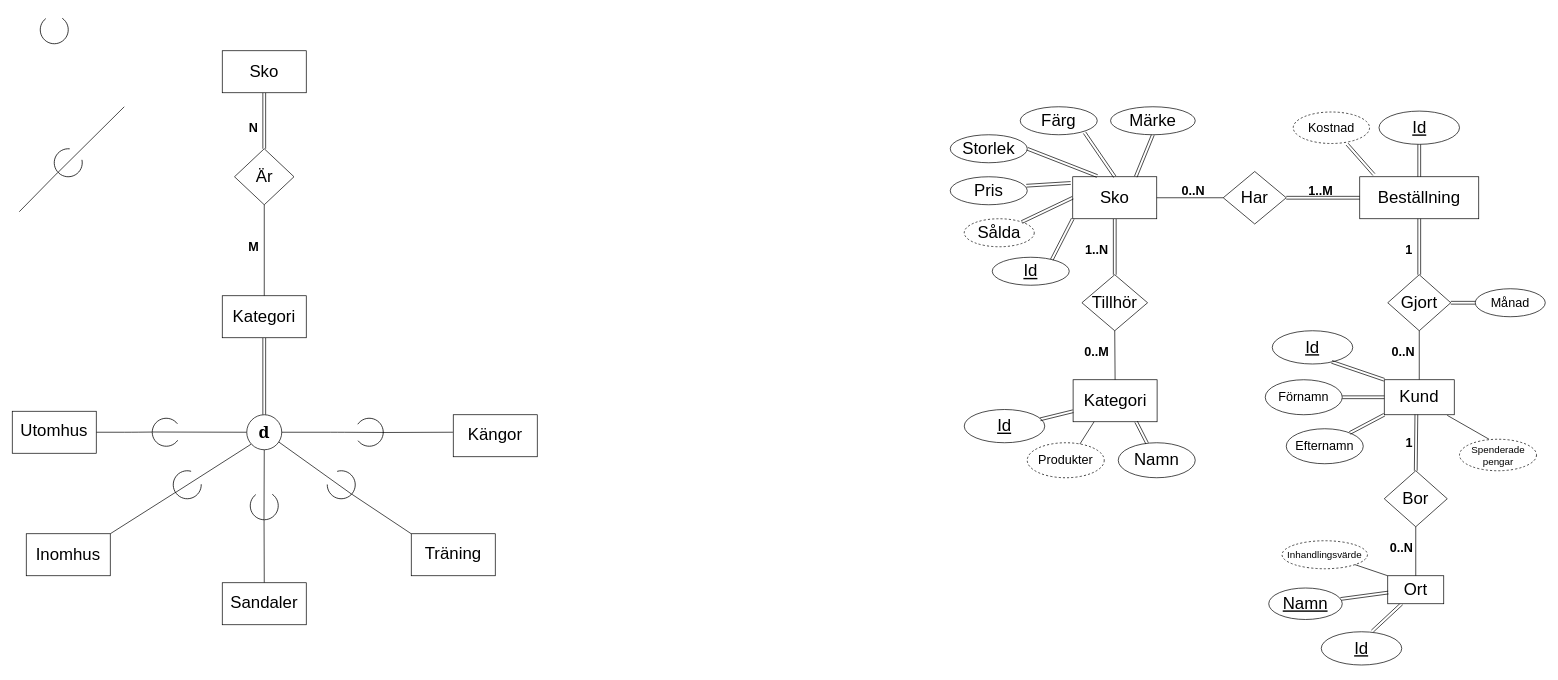
Before: Untitled Diagram.drawio in Sondaicus/Databasteknik-uppgift-1, a draw.io diagram. Source tidied: cells renumbered, new cells numbered last; positions are measured from the earlier drawing's top-left corner, leaving out a move shared by most shapes. Both pictures are drawn from the tidied source at 70%, with x=0, y=0 at pixel (12, 15).
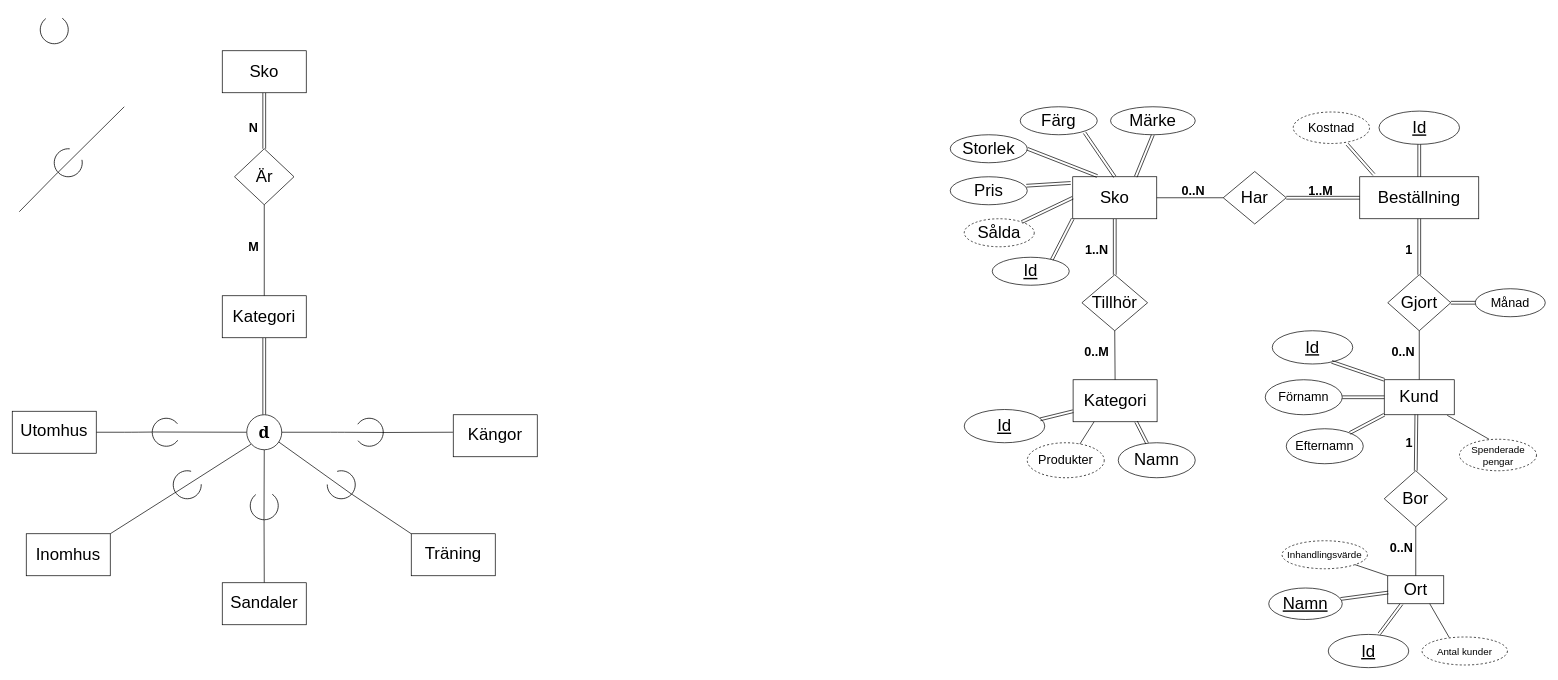
Above is the later version.

The change refers to these unchanged cells:
```xml
<mxCell id="91" value="&lt;font style=&quot;font-size: 24px&quot;&gt;Ort&lt;/font&gt;" style="rounded=0;whiteSpace=wrap;html=1;" parent="1" vertex="1">
  <mxGeometry x="1965" y="800" width="80" height="40" as="geometry" />
</mxCell>
```

Diff of the diagram source:
```diff
@@
     <mxCell id="97" value="&lt;font style=&quot;font-size: 24px&quot;&gt;&lt;u&gt;Id&lt;/u&gt;&lt;/font&gt;" style="ellipse;whiteSpace=wrap;html=1;" parent="1" vertex="1">
-      <mxGeometry x="1870" y="880" width="115" height="47.5" as="geometry" />
+      <mxGeometry x="1880" y="883.8" width="115" height="47.5" as="geometry" />
     </mxCell>
+    <mxCell id="98" value="&lt;font style=&quot;font-size: 14px&quot;&gt;Antal kunder&lt;/font&gt;" style="ellipse;whiteSpace=wrap;html=1;align=center;dashed=1;" parent="1" vertex="1">
+      <mxGeometry x="2014" y="887.5" width="122" height="40" as="geometry" />
+    </mxCell>
+    <mxCell id="99" style="endArrow=none;html=1;entryX=0.75;entryY=1;entryDx=0;entryDy=0;exitX=0.319;exitY=0.021;exitDx=0;exitDy=0;exitPerimeter=0;" parent="1" edge="1" source="98" target="91">
+      <mxGeometry relative="1" as="geometry" />
+    </mxCell>
```
